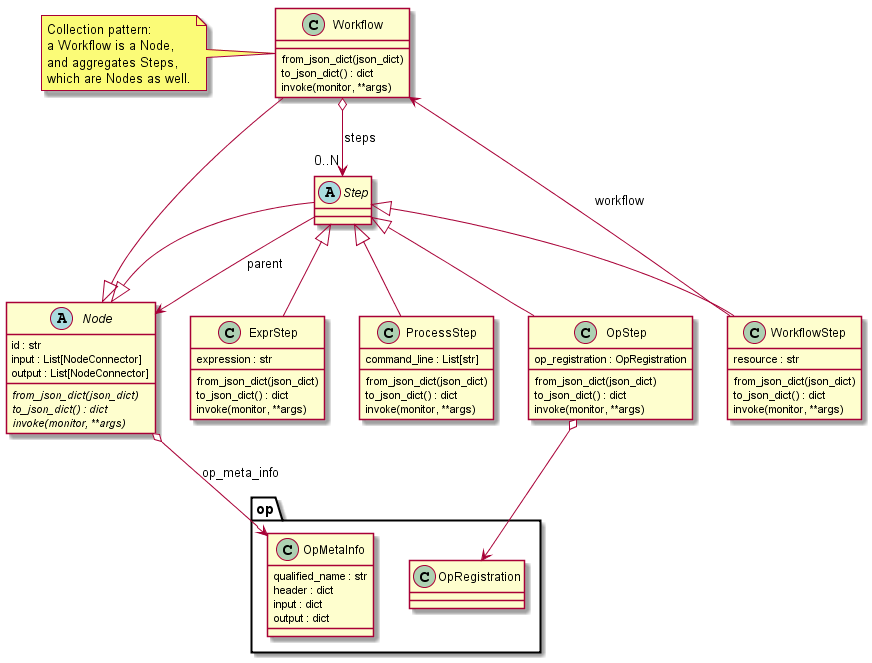
CCI-Tools/cate keeps this PlantUML diagram as doc/source/_static/uml/workflow.png. Above is the earlier version. Its diagram source:
```plantuml
@startuml

abstract Node {
    id : str
    input : List[NodeConnector]
    output : List[NodeConnector]
    {abstract} from_json_dict(json_dict)
    {abstract} to_json_dict() : dict
    {abstract} invoke(monitor, **args)
}

class Workflow extends Node {
    from_json_dict(json_dict)
    to_json_dict() : dict
    invoke(monitor, **args)
}

abstract class Step extends Node {
}

class WorkflowStep extends Step {
    resource : str
    from_json_dict(json_dict)
    to_json_dict() : dict
    invoke(monitor, **args)
}

class OpStep extends Step {
    op_registration : OpRegistration
    from_json_dict(json_dict)
    to_json_dict() : dict
    invoke(monitor, **args)
}

class ExprStep extends Step {
    expression : str
    from_json_dict(json_dict)
    to_json_dict() : dict
    invoke(monitor, **args)
}

class ProcessStep extends Step {
    command_line : List[str]
    from_json_dict(json_dict)
    to_json_dict() : dict
    invoke(monitor, **args)
}

class op.OpMetaInfo {
    qualified_name : str
    header : dict
    input : dict
    output : dict
}

WorkflowStep --> Workflow: workflow
OpStep o--> op.OpRegistration
Node o--> op.OpMetaInfo: op_meta_info
Workflow o--> "0..N" Step: steps
Step --> Node : parent


note left of Workflow
Collection pattern:
a Workflow is a Node,
and aggregates Steps,
which are Nodes as well.
end note

@enduml
```
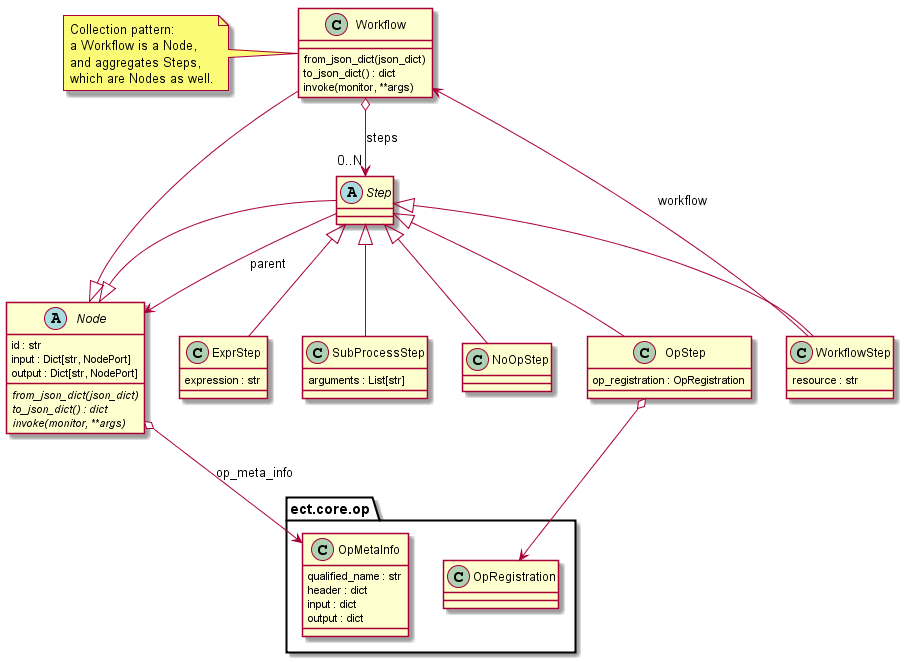
Above is the later version.

What changed in the source:
```diff
@@ -2,8 +2,8 @@
 
 abstract Node {
     id : str
-    input : List[NodeConnector]
-    output : List[NodeConnector]
+    input : Dict[str, NodePort]
+    output : Dict[str, NodePort]
     {abstract} from_json_dict(json_dict)
     {abstract} to_json_dict() : dict
     {abstract} invoke(monitor, **args)
@@ -20,33 +20,24 @@
 
 class WorkflowStep extends Step {
     resource : str
-    from_json_dict(json_dict)
-    to_json_dict() : dict
-    invoke(monitor, **args)
 }
 
 class OpStep extends Step {
     op_registration : OpRegistration
-    from_json_dict(json_dict)
-    to_json_dict() : dict
-    invoke(monitor, **args)
 }
 
 class ExprStep extends Step {
     expression : str
-    from_json_dict(json_dict)
-    to_json_dict() : dict
-    invoke(monitor, **args)
 }
 
-class ProcessStep extends Step {
-    command_line : List[str]
-    from_json_dict(json_dict)
-    to_json_dict() : dict
-    invoke(monitor, **args)
+class SubProcessStep extends Step {
+    arguments : List[str]
 }
 
-class op.OpMetaInfo {
+class NoOpStep extends Step {
+}
+
+class ect.core.op.OpMetaInfo {
     qualified_name : str
     header : dict
     input : dict
@@ -54,8 +45,8 @@
 }
 
 WorkflowStep --> Workflow: workflow
-OpStep o--> op.OpRegistration
-Node o--> op.OpMetaInfo: op_meta_info
+OpStep o--> ect.core.op.OpRegistration
+Node o--> ect.core.op.OpMetaInfo: op_meta_info
 Workflow o--> "0..N" Step: steps
 Step --> Node : parent
 
```
